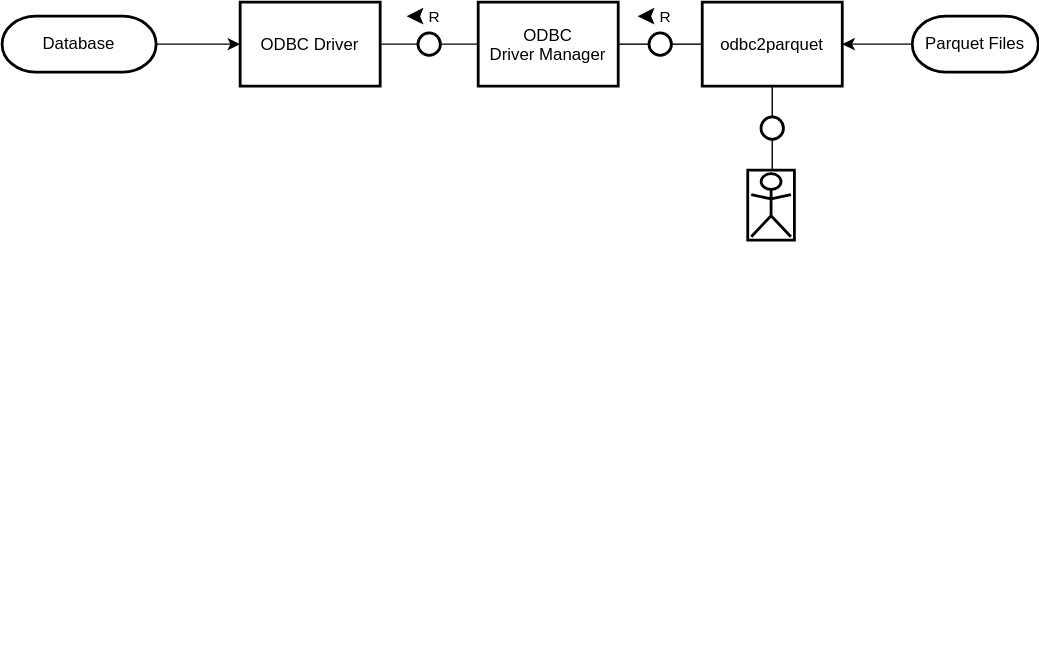
The draw.io diagram usecase.drawio.svg in pacman82/odbc2parquet, before a commit. Source tidied: cells renumbered, new cells last; positions are measured from the earlier drawing's top-left corner, leaving out a move shared by most shapes.
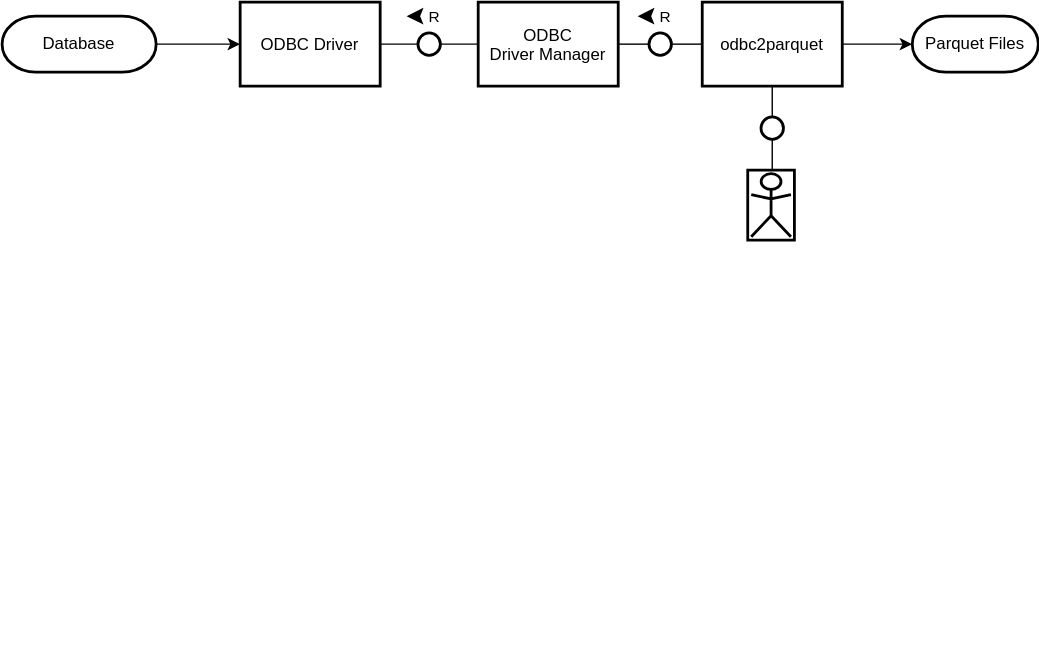
Later version of the same file.

Commit message:
fix: arrow direction

Change to the diagram source:
```diff
@@ -35,7 +35,7 @@
     <mxCell id="12" value="Parquet Files" style="rounded=1;whiteSpace=wrap;html=1;arcSize=60;strokeWidth=2;" parent="1" vertex="1">
       <mxGeometry x="650" y="10" width="90" height="40" as="geometry" />
     </mxCell>
-    <mxCell id="13" style="edgeStyle=elbowEdgeStyle;html=1;labelBackgroundColor=none;rounded=0;elbow=horizontal;endArrow=classic;endFill=1;align=left;exitX=0;exitY=0.5;exitDx=0;exitDy=0;entryX=1;entryY=0.5;entryDx=0;entryDy=0;" parent="1" edge="1" source="12" target="10">
+    <mxCell id="13" style="edgeStyle=elbowEdgeStyle;html=1;labelBackgroundColor=none;rounded=0;elbow=horizontal;endArrow=classic;endFill=1;align=left;entryX=0;entryY=0.5;entryDx=0;entryDy=0;exitX=1;exitY=0.5;exitDx=0;exitDy=0;" parent="1" edge="1" source="10" target="12">
       <mxGeometry relative="1" as="geometry" />
     </mxCell>
   </root>
```
